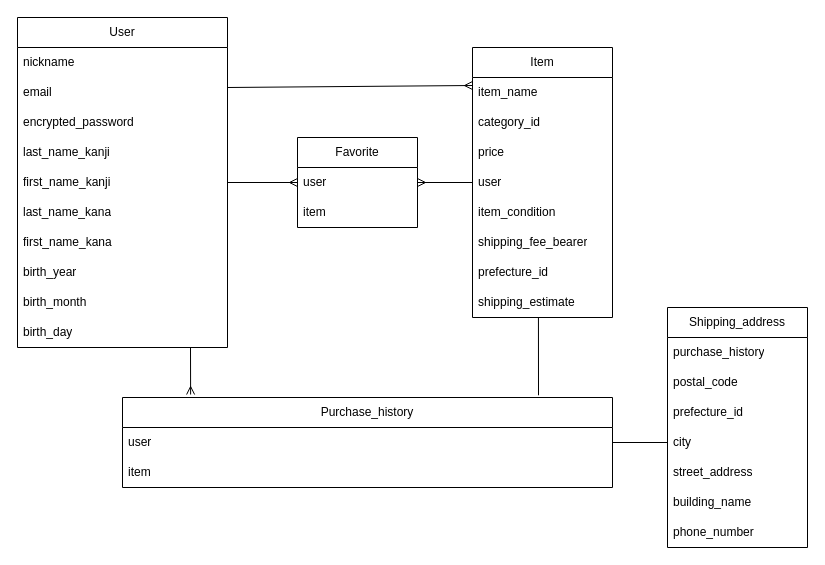
Above: er.dio in tttamaki1/furima-39335 (draw.io), before the change. Source tidied: cells renumbered, new cells numbered last; positions are measured from the earlier drawing's top-left corner, leaving out a move shared by most shapes. Both pictures are drawn from the tidied source at 100%, with x=0, y=0 at pixel (17, 17).
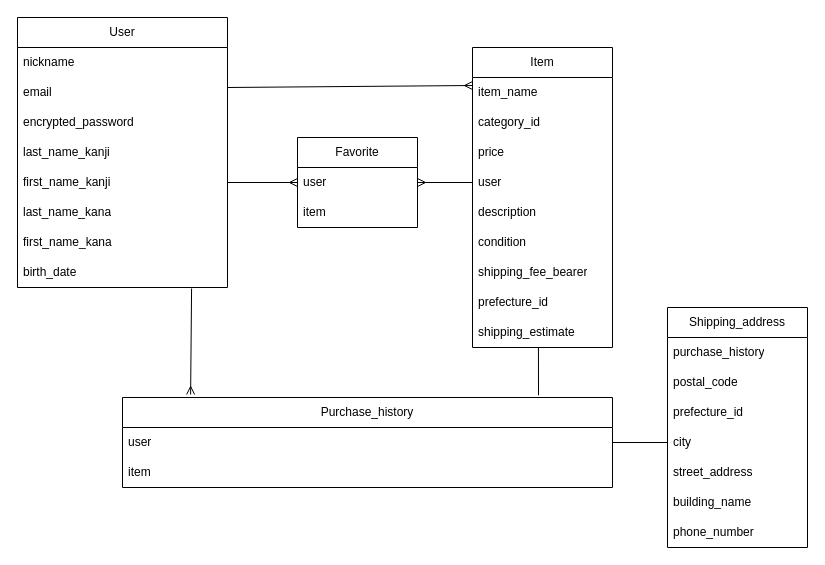
Above is the later version.

Commit message (it also covers changes not shown here):
READMEとER図の修正２

Unchanged cells that the change refers to:
```xml
<mxCell id="36" value="Purchase_history" style="swimlane;fontStyle=0;horizontal=1;startSize=30;whiteSpace=wrap;html=1;" parent="1" vertex="1">
  <mxGeometry x="105" y="380" width="490" height="90" as="geometry" />
</mxCell>
```

Diff of the diagram source:
```diff
@@
     <mxCell id="2" value="User" style="swimlane;fontStyle=0;horizontal=1;startSize=30;whiteSpace=wrap;html=1;" parent="1" vertex="1">
-      <mxGeometry width="210" height="330" as="geometry" />
+      <mxGeometry width="210" height="270" as="geometry" />
     </mxCell>
@@
-    <mxCell id="10" value="birth_year" style="text;strokeColor=none;fillColor=none;align=left;verticalAlign=middle;spacingLeft=4;spacingRight=4;overflow=hidden;points=[[0,0.5],[1,0.5]];portConstraint=eastwest;whiteSpace=wrap;html=1;" parent="2" vertex="1">
+    <mxCell id="10" value="birth_date" style="text;strokeColor=none;fillColor=none;align=left;verticalAlign=middle;spacingLeft=4;spacingRight=4;overflow=hidden;points=[[0,0.5],[1,0.5]];portConstraint=eastwest;whiteSpace=wrap;html=1;" parent="2" vertex="1">
       <mxGeometry y="240" width="210" height="30" as="geometry" />
     </mxCell>
-    <mxCell id="11" value="birth_month" style="text;strokeColor=none;fillColor=none;align=left;verticalAlign=middle;spacingLeft=4;spacingRight=4;overflow=hidden;whiteSpace=wrap;html=1;" parent="2" vertex="1">
-      <mxGeometry y="270" width="210" height="30" as="geometry" />
-    </mxCell>
-    <mxCell id="12" value="birth_day" style="text;strokeColor=none;fillColor=none;align=left;verticalAlign=middle;spacingLeft=4;spacingRight=4;overflow=hidden;whiteSpace=wrap;html=1;" parent="2" vertex="1">
-      <mxGeometry y="300" width="210" height="30" as="geometry" />
-    </mxCell>
     <mxCell id="13" value="Item" style="swimlane;fontStyle=0;horizontal=1;startSize=30;whiteSpace=wrap;html=1;" parent="1" vertex="1">
-      <mxGeometry x="455" y="30" width="140" height="270" as="geometry" />
+      <mxGeometry x="455" y="30" width="140" height="300" as="geometry" />
     </mxCell>
@@
+    <mxCell id="42" value="description" style="text;strokeColor=none;fillColor=none;align=left;verticalAlign=middle;spacingLeft=4;spacingRight=4;overflow=hidden;whiteSpace=wrap;html=1;" parent="13" vertex="1">
+      <mxGeometry y="150" width="140" height="30" as="geometry" />
+    </mxCell>
-    <mxCell id="18" value="item_condition" style="text;strokeColor=none;fillColor=none;align=left;verticalAlign=middle;spacingLeft=4;spacingRight=4;overflow=hidden;whiteSpace=wrap;html=1;" parent="13" vertex="1">
-      <mxGeometry y="150" width="140" height="30" as="geometry" />
+    <mxCell id="18" value="condition" style="text;strokeColor=none;fillColor=none;align=left;verticalAlign=middle;spacingLeft=4;spacingRight=4;overflow=hidden;whiteSpace=wrap;html=1;" parent="13" vertex="1">
+      <mxGeometry y="180" width="140" height="30" as="geometry" />
     </mxCell>
     <mxCell id="19" value="shipping_fee_bearer" style="text;strokeColor=none;fillColor=none;align=left;verticalAlign=middle;spacingLeft=4;spacingRight=4;overflow=hidden;whiteSpace=wrap;html=1;" parent="13" vertex="1">
-      <mxGeometry y="180" width="140" height="30" as="geometry" />
+      <mxGeometry y="210" width="140" height="30" as="geometry" />
     </mxCell>
     <mxCell id="20" value="prefecture_id" style="text;strokeColor=none;fillColor=none;align=left;verticalAlign=middle;spacingLeft=4;spacingRight=4;overflow=hidden;whiteSpace=wrap;html=1;" parent="13" vertex="1">
-      <mxGeometry y="210" width="140" height="30" as="geometry" />
+      <mxGeometry y="240" width="140" height="30" as="geometry" />
     </mxCell>
     <mxCell id="21" value="shipping_estimate" style="text;strokeColor=none;fillColor=none;align=left;verticalAlign=middle;spacingLeft=4;spacingRight=4;overflow=hidden;points=[[0,0.5],[1,0.5]];portConstraint=eastwest;whiteSpace=wrap;html=1;" parent="13" vertex="1">
-      <mxGeometry y="240" width="140" height="30" as="geometry" />
+      <mxGeometry y="270" width="140" height="30" as="geometry" />
     </mxCell>
@@
-    <mxCell id="39" style="endArrow=ERmany;html=1;endFill=0;entryX=0.139;entryY=-0.033;entryDx=0;entryDy=0;entryPerimeter=0;" parent="1" edge="1" target="36">
-      <mxGeometry relative="1" as="geometry">
-        <mxPoint x="173" y="330" as="sourcePoint" />
-      </mxGeometry>
+    <mxCell id="39" style="endArrow=ERmany;html=1;endFill=0;entryX=0.139;entryY=-0.033;entryDx=0;entryDy=0;entryPerimeter=0;exitX=0.829;exitY=1.033;exitDx=0;exitDy=0;exitPerimeter=0;" parent="1" edge="1" source="10" target="36">
+      <mxGeometry relative="1" as="geometry" />
     </mxCell>
```
